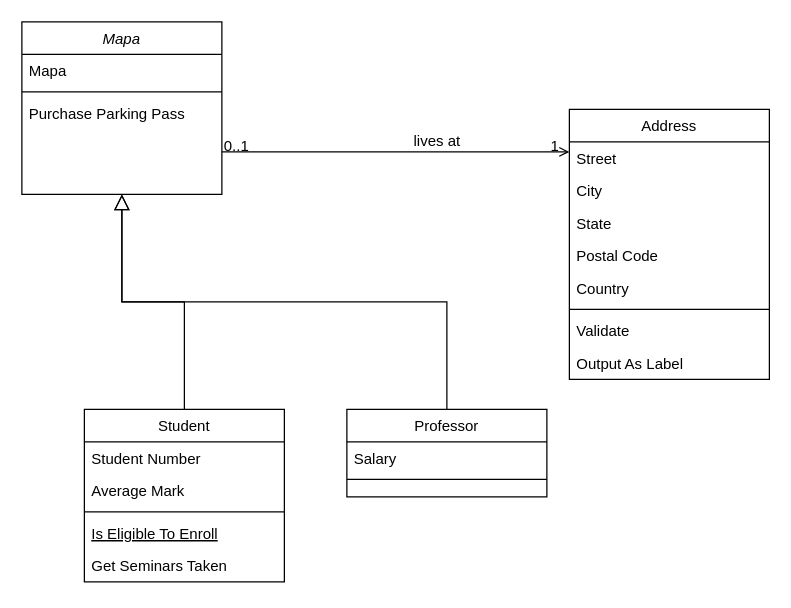
Earlier version of the draw.io diagram Diagrama sem nome.drawio (GabsRMartins/Trabalho-final-PDS2). Source tidied: cells renumbered, new cells numbered last; positions are measured from the earlier drawing's top-left corner, leaving out a move shared by most shapes. Both pictures are drawn from the tidied source at 125%, with x=0, y=0 at pixel (21, 21).
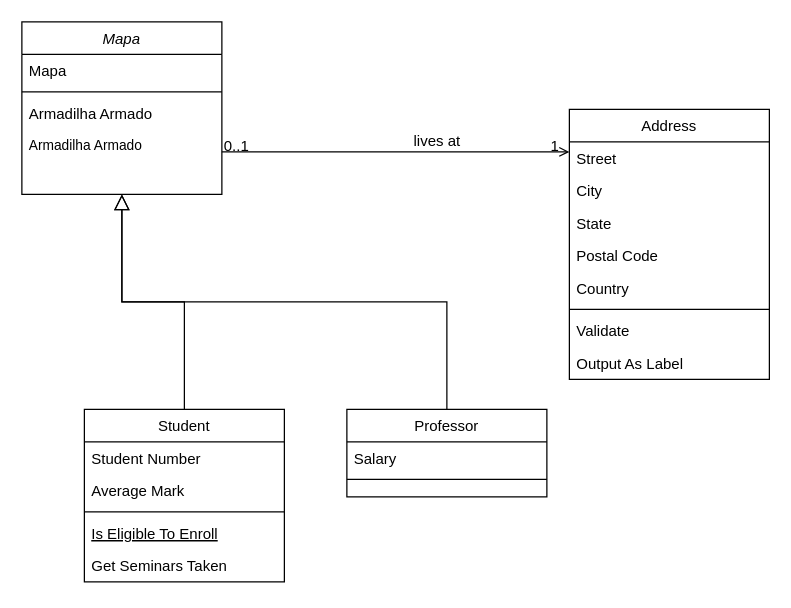
Above is the later version.

Commit message:
Diagrama Salvo

The change refers to these unchanged cells:
```xml
<mxCell id="2" value="Mapa" style="swimlane;fontStyle=2;align=center;verticalAlign=top;horizontal=1;startSize=26;rounded=0;shadow=0;strokeWidth=1;" parent="1" vertex="1">
  <mxGeometry width="160" height="138" as="geometry" />
</mxCell>
```

Diff of the diagram source:
```diff
@@
-    <mxCell id="5" value="Purchase Parking Pass" style="text;align=left;verticalAlign=top;spacingLeft=4;spacingRight=4;overflow=hidden;" parent="2" vertex="1">
+    <mxCell id="5" value="Armadilha Armado" style="text;align=left;verticalAlign=top;spacingLeft=4;spacingRight=4;overflow=hidden;" parent="2" vertex="1">
       <mxGeometry y="60" width="160" height="26" as="geometry" />
     </mxCell>
+    <mxCell id="30" value="Armadilha Armado" style="text;align=left;verticalAlign=top;spacingLeft=4;spacingRight=4;overflow=hidden;fontSize=11;" parent="2" vertex="1">
+      <mxGeometry y="86" width="160" height="26" as="geometry" />
+    </mxCell>
```
